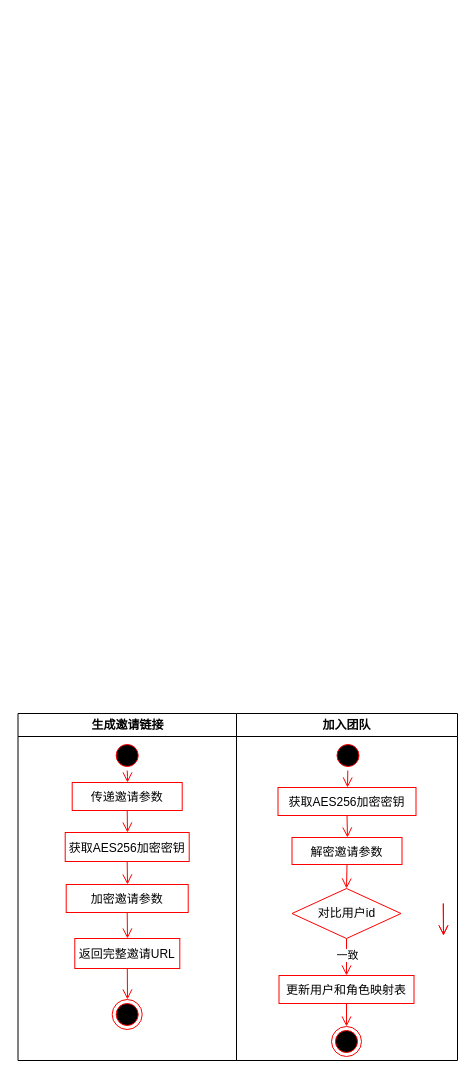
The draw.io diagram 分布式锁.drawio in come-on-reader/draw-io, before the edit. Source tidied: cells renumbered, new cells numbered last; positions are measured from the earlier drawing's top-left corner, leaving out a move shared by most shapes. Both pictures are drawn from the tidied source at 100%, with x=0, y=0 at pixel (17, 713).
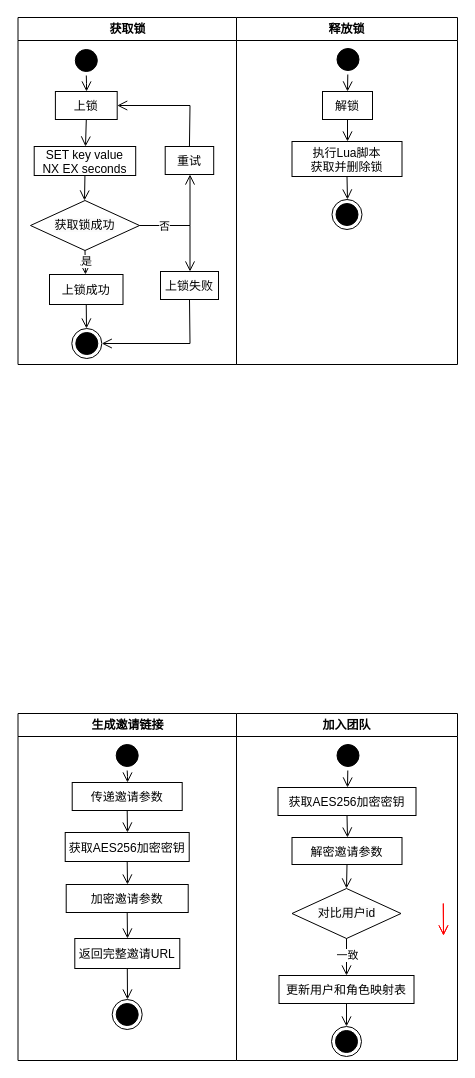
Above is the later version.

Commit message:
更新分布式锁.drawio

The edit, as a diff of the source:
```diff
@@
-    <mxCell id="2" value="生成邀请链接" style="swimlane;whiteSpace=wrap;startSize=23;" parent="1" vertex="1">
+    <mxCell id="2" value="生成邀请链接" style="swimlane;whiteSpace=wrap;startSize=23;fontColor=default;labelBorderColor=none;" parent="1" vertex="1">
       <mxGeometry x="0.5" width="218.5" height="347" as="geometry" />
     </mxCell>
-    <mxCell id="3" style="ellipse;shape=startState;fillColor=#000000;strokeColor=#ff0000;" parent="2" vertex="1">
+    <mxCell id="3" style="ellipse;shape=startState;fillColor=#000000;strokeColor=#000000;fontColor=default;labelBorderColor=none;" parent="2" vertex="1">
       <mxGeometry x="94.2" y="27" width="30" height="30" as="geometry" />
     </mxCell>
-    <mxCell id="4" style="edgeStyle=elbowEdgeStyle;elbow=horizontal;verticalAlign=bottom;endArrow=open;endSize=8;strokeColor=#FF0000;endFill=1;rounded=0;" parent="2" edge="1" source="3" target="5">
+    <mxCell id="4" style="edgeStyle=elbowEdgeStyle;elbow=horizontal;verticalAlign=bottom;endArrow=open;endSize=8;strokeColor=#000000;endFill=1;rounded=0;fontColor=default;labelBorderColor=none;" parent="2" edge="1" source="3" target="5">
       <mxGeometry x="100" y="40" as="geometry" />
     </mxCell>
-    <mxCell id="5" value="传递邀请参数" style="strokeColor=#FF0000;" parent="2" vertex="1">
+    <mxCell id="5" value="传递邀请参数" style="strokeColor=#000000;fontColor=default;labelBorderColor=none;" parent="2" vertex="1">
       <mxGeometry x="54.2" y="69" width="110" height="28" as="geometry" />
     </mxCell>
-    <mxCell id="6" value="获取AES256加密密钥" style="strokeColor=#FF0000;" parent="2" vertex="1">
+    <mxCell id="6" value="获取AES256加密密钥" style="strokeColor=#000000;fontColor=default;labelBorderColor=none;" parent="2" vertex="1">
       <mxGeometry x="47.2" y="119" width="124" height="29" as="geometry" />
     </mxCell>
-    <mxCell id="7" style="ellipse;shape=endState;fillColor=#000000;strokeColor=#ff0000;" parent="2" vertex="1">
+    <mxCell id="7" style="ellipse;shape=endState;fillColor=#000000;strokeColor=#000000;fontColor=default;labelBorderColor=none;" parent="2" vertex="1">
       <mxGeometry x="94.2" y="286" width="30" height="30" as="geometry" />
     </mxCell>
-    <mxCell id="8" style="edgeStyle=elbowEdgeStyle;elbow=horizontal;verticalAlign=bottom;endArrow=open;endSize=8;strokeColor=#FF0000;endFill=1;rounded=0;exitX=0.5;exitY=1;exitDx=0;exitDy=0;entryX=0.5;entryY=0;entryDx=0;entryDy=0;" parent="2" edge="1" source="5" target="6">
+    <mxCell id="8" style="edgeStyle=elbowEdgeStyle;elbow=horizontal;verticalAlign=bottom;endArrow=open;endSize=8;strokeColor=#000000;endFill=1;rounded=0;exitX=0.5;exitY=1;exitDx=0;exitDy=0;entryX=0.5;entryY=0;entryDx=0;entryDy=0;fontColor=default;labelBorderColor=none;" parent="2" edge="1" source="5" target="6">
       <mxGeometry x="-64.5" y="-88" as="geometry" />
     </mxCell>
-    <mxCell id="9" style="edgeStyle=elbowEdgeStyle;elbow=horizontal;verticalAlign=bottom;endArrow=open;endSize=8;strokeColor=#FF0000;endFill=1;rounded=0;exitX=0.5;exitY=1;exitDx=0;exitDy=0;" parent="2" edge="1" source="6" target="12">
+    <mxCell id="9" style="edgeStyle=elbowEdgeStyle;elbow=horizontal;verticalAlign=bottom;endArrow=open;endSize=8;strokeColor=#000000;endFill=1;rounded=0;exitX=0.5;exitY=1;exitDx=0;exitDy=0;fontColor=default;labelBorderColor=none;" parent="2" edge="1" source="6" target="12">
       <mxGeometry x="-229" y="-216" as="geometry" />
     </mxCell>
-    <mxCell id="10" value="返回完整邀请URL" style="strokeColor=#FF0000;" parent="2" vertex="1">
+    <mxCell id="10" value="返回完整邀请URL" style="strokeColor=#000000;fontColor=default;labelBorderColor=none;" parent="2" vertex="1">
       <mxGeometry x="56.8" y="225" width="105" height="30" as="geometry" />
     </mxCell>
-    <mxCell id="11" style="edgeStyle=elbowEdgeStyle;elbow=horizontal;verticalAlign=bottom;endArrow=open;endSize=8;strokeColor=#FF0000;endFill=1;rounded=0;exitX=0.5;exitY=1;exitDx=0;exitDy=0;entryX=0.5;entryY=0;entryDx=0;entryDy=0;" parent="2" edge="1" source="10" target="7">
+    <mxCell id="11" style="edgeStyle=elbowEdgeStyle;elbow=horizontal;verticalAlign=bottom;endArrow=open;endSize=8;strokeColor=#000000;endFill=1;rounded=0;exitX=0.5;exitY=1;exitDx=0;exitDy=0;entryX=0.5;entryY=0;entryDx=0;entryDy=0;fontColor=default;labelBorderColor=none;" parent="2" edge="1" source="10" target="7">
       <mxGeometry x="-393.5" y="-344" as="geometry" />
     </mxCell>
-    <mxCell id="12" value="加密邀请参数" style="strokeColor=#FF0000;" parent="2" vertex="1">
+    <mxCell id="12" value="加密邀请参数" style="strokeColor=#000000;fontColor=default;labelBorderColor=none;" parent="2" vertex="1">
       <mxGeometry x="48.2" y="171" width="122" height="28" as="geometry" />
     </mxCell>
-    <mxCell id="13" style="edgeStyle=elbowEdgeStyle;elbow=horizontal;verticalAlign=bottom;endArrow=open;endSize=8;strokeColor=#FF0000;endFill=1;rounded=0;exitX=0.5;exitY=1;exitDx=0;exitDy=0;entryX=0.5;entryY=0;entryDx=0;entryDy=0;" parent="2" edge="1" source="12" target="10">
+    <mxCell id="13" style="edgeStyle=elbowEdgeStyle;elbow=horizontal;verticalAlign=bottom;endArrow=open;endSize=8;strokeColor=#000000;endFill=1;rounded=0;exitX=0.5;exitY=1;exitDx=0;exitDy=0;entryX=0.5;entryY=0;entryDx=0;entryDy=0;fontColor=default;labelBorderColor=none;" parent="2" edge="1" source="12" target="10">
       <mxGeometry x="-393.5" y="-344" as="geometry" />
     </mxCell>
-    <mxCell id="14" value="加入团队" style="swimlane;whiteSpace=wrap;" parent="1" vertex="1">
+    <mxCell id="14" value="加入团队" style="swimlane;whiteSpace=wrap;fontColor=default;labelBorderColor=none;" parent="1" vertex="1">
       <mxGeometry x="219" width="221" height="347" as="geometry" />
     </mxCell>
-    <mxCell id="15" style="ellipse;shape=endState;fillColor=#000000;strokeColor=#ff0000;" parent="14" vertex="1">
+    <mxCell id="15" style="ellipse;shape=endState;fillColor=#000000;strokeColor=#000000;fontColor=default;labelBorderColor=none;" parent="14" vertex="1">
       <mxGeometry x="95" y="313" width="30" height="30" as="geometry" />
     </mxCell>
-    <mxCell id="16" style="ellipse;shape=startState;fillColor=#000000;strokeColor=#ff0000;" parent="14" vertex="1">
+    <mxCell id="16" style="ellipse;shape=startState;fillColor=#000000;strokeColor=#000000;fontColor=default;labelBorderColor=none;" parent="14" vertex="1">
       <mxGeometry x="96.5" y="27" width="30" height="30" as="geometry" />
     </mxCell>
-    <mxCell id="17" value="获取AES256加密密钥" style="strokeColor=#FF0000;" parent="14" vertex="1">
+    <mxCell id="17" value="获取AES256加密密钥" style="strokeColor=#000000;fontColor=default;labelBorderColor=none;" parent="14" vertex="1">
       <mxGeometry x="41.5" y="74" width="138" height="28" as="geometry" />
     </mxCell>
-    <mxCell id="18" value="解密邀请参数" style="strokeColor=#FF0000;" parent="14" vertex="1">
+    <mxCell id="18" value="解密邀请参数" style="strokeColor=#000000;fontColor=default;labelBorderColor=none;" parent="14" vertex="1">
       <mxGeometry x="55.5" y="124" width="110" height="27" as="geometry" />
     </mxCell>
-    <mxCell id="19" style="edgeStyle=elbowEdgeStyle;elbow=horizontal;verticalAlign=bottom;endArrow=open;endSize=8;strokeColor=#FF0000;endFill=1;rounded=0;entryX=0.5;entryY=0;entryDx=0;entryDy=0;" parent="14" edge="1" target="17">
+    <mxCell id="19" style="edgeStyle=elbowEdgeStyle;elbow=horizontal;verticalAlign=bottom;endArrow=open;endSize=8;strokeColor=#000000;endFill=1;rounded=0;entryX=0.5;entryY=0;entryDx=0;entryDy=0;fontColor=default;labelBorderColor=none;" parent="14" edge="1" target="17">
       <mxGeometry x="-345" y="-88" as="geometry">
         <mxPoint x="111.3" y="57" as="sourcePoint" />
       </mxGeometry>
     </mxCell>
-    <mxCell id="20" style="edgeStyle=elbowEdgeStyle;elbow=horizontal;verticalAlign=bottom;endArrow=open;endSize=8;strokeColor=#FF0000;endFill=1;rounded=0;exitX=0.5;exitY=1;exitDx=0;exitDy=0;entryX=0.5;entryY=0;entryDx=0;entryDy=0;" parent="14" edge="1" source="17" target="18">
+    <mxCell id="20" style="edgeStyle=elbowEdgeStyle;elbow=horizontal;verticalAlign=bottom;endArrow=open;endSize=8;strokeColor=#000000;endFill=1;rounded=0;exitX=0.5;exitY=1;exitDx=0;exitDy=0;entryX=0.5;entryY=0;entryDx=0;entryDy=0;fontColor=default;labelBorderColor=none;" parent="14" edge="1" source="17" target="18">
       <mxGeometry x="-509.5" y="-216" as="geometry" />
     </mxCell>
-    <mxCell id="21" style="edgeStyle=elbowEdgeStyle;elbow=horizontal;verticalAlign=bottom;endArrow=open;endSize=8;strokeColor=#FF0000;endFill=1;rounded=0;exitX=0.5;exitY=1;exitDx=0;exitDy=0;entryX=0.5;entryY=0;entryDx=0;entryDy=0;" parent="14" edge="1" source="18" target="22">
+    <mxCell id="21" style="edgeStyle=elbowEdgeStyle;elbow=horizontal;verticalAlign=bottom;endArrow=open;endSize=8;strokeColor=#000000;endFill=1;rounded=0;exitX=0.5;exitY=1;exitDx=0;exitDy=0;entryX=0.5;entryY=0;entryDx=0;entryDy=0;fontColor=default;labelBorderColor=none;" parent="14" edge="1" source="18" target="22">
       <mxGeometry x="-954.5" y="-344" as="geometry" />
     </mxCell>
-    <mxCell id="22" value="&lt;span style=&quot;color: rgb(0, 0, 0); font-family: Helvetica; font-size: 12px; font-style: normal; font-variant-ligatures: normal; font-variant-caps: normal; font-weight: 400; letter-spacing: normal; orphans: 2; text-align: center; text-indent: 0px; text-transform: none; widows: 2; word-spacing: 0px; -webkit-text-stroke-width: 0px; white-space: nowrap; background-color: rgb(251, 251, 251); text-decoration-thickness: initial; text-decoration-style: initial; text-decoration-color: initial; display: inline !important; float: none;&quot;&gt;对比用户id&lt;/span&gt;" style="rhombus;whiteSpace=wrap;html=1;strokeColor=#ff0000;" parent="14" vertex="1">
+    <mxCell id="22" value="&lt;span style=&quot;font-family: Helvetica; font-size: 12px; font-style: normal; font-variant-ligatures: normal; font-variant-caps: normal; font-weight: 400; letter-spacing: normal; orphans: 2; text-align: center; text-indent: 0px; text-transform: none; widows: 2; word-spacing: 0px; -webkit-text-stroke-width: 0px; white-space: nowrap; background-color: rgb(251, 251, 251); text-decoration-thickness: initial; text-decoration-style: initial; text-decoration-color: initial; float: none; display: inline !important;&quot;&gt;对比用户id&lt;/span&gt;" style="rhombus;whiteSpace=wrap;html=1;strokeColor=#000000;fontColor=default;labelBorderColor=none;" parent="14" vertex="1">
       <mxGeometry x="55.5" y="175" width="109" height="50" as="geometry" />
     </mxCell>
-    <mxCell id="23" style="edgeStyle=elbowEdgeStyle;elbow=horizontal;verticalAlign=bottom;endArrow=open;endSize=8;strokeColor=#FF0000;endFill=1;rounded=0;exitX=0.5;exitY=1;exitDx=0;exitDy=0;entryX=0.5;entryY=0;entryDx=0;entryDy=0;" parent="14" edge="1" source="26" target="15">
+    <mxCell id="23" style="edgeStyle=elbowEdgeStyle;elbow=horizontal;verticalAlign=bottom;endArrow=open;endSize=8;strokeColor=#000000;endFill=1;rounded=0;exitX=0.5;exitY=1;exitDx=0;exitDy=0;entryX=0.5;entryY=0;entryDx=0;entryDy=0;fontColor=default;labelBorderColor=none;" parent="14" edge="1" source="26" target="15">
       <mxGeometry x="-838.5" y="-472" as="geometry" />
     </mxCell>
-    <mxCell id="24" style="edgeStyle=elbowEdgeStyle;elbow=vertical;verticalAlign=bottom;endArrow=open;endSize=8;strokeColor=#FF0000;endFill=1;rounded=0;exitX=0.5;exitY=1;exitDx=0;exitDy=0;" parent="14" edge="1" source="22" target="26">
+    <mxCell id="24" style="edgeStyle=elbowEdgeStyle;elbow=vertical;verticalAlign=bottom;endArrow=open;endSize=8;strokeColor=#000000;endFill=1;rounded=0;exitX=0.5;exitY=1;exitDx=0;exitDy=0;fontColor=default;labelBorderColor=none;" parent="14" edge="1" source="22" target="26">
       <mxGeometry x="-1399.5" y="-472" as="geometry" />
     </mxCell>
-    <mxCell id="25" value="一致" style="edgeLabel;html=1;align=center;verticalAlign=middle;" parent="24" vertex="1">
+    <mxCell id="25" value="一致" style="edgeLabel;html=1;align=center;verticalAlign=middle;fontColor=default;labelBorderColor=none;" parent="24" vertex="1">
       <mxGeometry relative="1" as="geometry">
         <mxPoint y="-3" as="offset" />
       </mxGeometry>
     </mxCell>
-    <mxCell id="26" value="更新用户和角色映射表" style="strokeColor=#FF0000;" parent="14" vertex="1">
+    <mxCell id="26" value="更新用户和角色映射表" style="strokeColor=#000000;fontColor=default;labelBorderColor=none;" parent="14" vertex="1">
       <mxGeometry x="42.5" y="262" width="135" height="28" as="geometry" />
     </mxCell>
@@
+    <mxCell id="29" value="获取锁" style="swimlane;whiteSpace=wrap;startSize=23;fontColor=default;labelBorderColor=none;" parent="1" vertex="1">
+      <mxGeometry x="0.5" y="-696" width="218.5" height="347" as="geometry" />
+    </mxCell>
+    <mxCell id="30" style="ellipse;shape=startState;fillColor=#000000;strokeColor=#000000;fontColor=default;labelBorderColor=none;" parent="29" vertex="1">
+      <mxGeometry x="53.3" y="28" width="30" height="30" as="geometry" />
+    </mxCell>
+    <mxCell id="31" style="edgeStyle=elbowEdgeStyle;elbow=horizontal;verticalAlign=bottom;endArrow=open;endSize=8;strokeColor=#000000;endFill=1;rounded=0;fontColor=default;labelBorderColor=none;" parent="29" edge="1" source="30" target="32">
+      <mxGeometry x="100" y="40" as="geometry" />
+    </mxCell>
+    <mxCell id="32" value="上锁" style="strokeColor=#000000;fontColor=default;labelBorderColor=none;" parent="29" vertex="1">
+      <mxGeometry x="37.4" y="74" width="61.8" height="28" as="geometry" />
+    </mxCell>
+    <mxCell id="33" value="SET key value&#10;NX EX seconds" style="strokeColor=#000000;fontColor=default;labelBorderColor=none;" parent="29" vertex="1">
+      <mxGeometry x="16.2" y="129" width="101.5" height="29" as="geometry" />
+    </mxCell>
+    <mxCell id="34" style="ellipse;shape=endState;fillColor=#000000;strokeColor=#000000;fontColor=default;labelBorderColor=none;" parent="29" vertex="1">
+      <mxGeometry x="53.8" y="311" width="30" height="30" as="geometry" />
+    </mxCell>
+    <mxCell id="35" style="edgeStyle=elbowEdgeStyle;elbow=horizontal;verticalAlign=bottom;endArrow=open;endSize=8;strokeColor=#000000;endFill=1;rounded=0;exitX=0.5;exitY=1;exitDx=0;exitDy=0;entryX=0.5;entryY=0;entryDx=0;entryDy=0;fontColor=default;labelBorderColor=none;" parent="29" edge="1" source="32" target="33">
+      <mxGeometry x="-64.5" y="-88" as="geometry" />
+    </mxCell>
+    <mxCell id="36" value="上锁成功" style="strokeColor=#000000;fontColor=default;labelBorderColor=none;" parent="29" vertex="1">
+      <mxGeometry x="31.5" y="257" width="73.5" height="30" as="geometry" />
+    </mxCell>
+    <mxCell id="37" style="edgeStyle=elbowEdgeStyle;elbow=horizontal;verticalAlign=bottom;endArrow=open;endSize=8;strokeColor=#000000;endFill=1;rounded=0;exitX=0.5;exitY=1;exitDx=0;exitDy=0;entryX=0.5;entryY=0;entryDx=0;entryDy=0;fontColor=default;labelBorderColor=none;" parent="29" edge="1" source="36" target="34">
+      <mxGeometry x="-393.5" y="-344" as="geometry" />
+    </mxCell>
+    <mxCell id="38" value="&lt;span style=&quot;font-family: Helvetica; font-size: 12px; font-style: normal; font-variant-ligatures: normal; font-variant-caps: normal; font-weight: 400; letter-spacing: normal; orphans: 2; text-align: center; text-indent: 0px; text-transform: none; widows: 2; word-spacing: 0px; -webkit-text-stroke-width: 0px; white-space: nowrap; background-color: rgb(251, 251, 251); text-decoration-thickness: initial; text-decoration-style: initial; text-decoration-color: initial; float: none; display: inline !important;&quot;&gt;获取锁成功&lt;/span&gt;" style="rhombus;whiteSpace=wrap;html=1;strokeColor=#000000;fontColor=default;labelBorderColor=none;" parent="29" vertex="1">
+      <mxGeometry x="12.5" y="183" width="109" height="50" as="geometry" />
+    </mxCell>
+    <mxCell id="39" style="edgeStyle=elbowEdgeStyle;elbow=horizontal;verticalAlign=bottom;endArrow=open;endSize=8;strokeColor=#000000;endFill=1;rounded=0;exitX=0.5;exitY=1;exitDx=0;exitDy=0;entryX=0.5;entryY=0;entryDx=0;entryDy=0;fontColor=default;labelBorderColor=none;" parent="29" edge="1" source="33" target="38">
+      <mxGeometry x="-229" y="480" as="geometry" />
+    </mxCell>
+    <mxCell id="40" style="edgeStyle=elbowEdgeStyle;elbow=horizontal;verticalAlign=bottom;endArrow=open;endSize=8;strokeColor=#000000;endFill=1;rounded=0;exitX=0.5;exitY=1;exitDx=0;exitDy=0;fontColor=default;labelBorderColor=none;" parent="29" edge="1" source="38" target="36">
+      <mxGeometry x="-393.5" y="1048" as="geometry" />
+    </mxCell>
+    <mxCell id="41" value="是" style="edgeLabel;html=1;align=center;verticalAlign=middle;" parent="40" vertex="1">
+      <mxGeometry relative="1" as="geometry">
+        <mxPoint y="-1" as="offset" />
+      </mxGeometry>
+    </mxCell>
+    <mxCell id="42" value="重试" style="strokeColor=#000000;fontColor=default;labelBorderColor=none;" parent="29" vertex="1">
+      <mxGeometry x="147.2" y="129" width="48.5" height="28" as="geometry" />
+    </mxCell>
+    <mxCell id="43" value="上锁失败" style="strokeColor=#000000;fontColor=default;labelBorderColor=none;" parent="29" vertex="1">
+      <mxGeometry x="142.5" y="254" width="58" height="28" as="geometry" />
+    </mxCell>
+    <mxCell id="44" style="edgeStyle=elbowEdgeStyle;elbow=horizontal;verticalAlign=bottom;endArrow=open;endSize=8;strokeColor=#000000;endFill=1;rounded=0;exitX=1;exitY=0.5;exitDx=0;exitDy=0;entryX=0.5;entryY=1;entryDx=0;entryDy=0;fontColor=default;labelBorderColor=none;" parent="29" edge="1" source="38" target="42">
+      <mxGeometry x="-393.5" y="1048" as="geometry">
+        <Array as="points">
+          <mxPoint x="172" y="182" />
+        </Array>
+      </mxGeometry>
+    </mxCell>
+    <mxCell id="45" style="edgeStyle=elbowEdgeStyle;elbow=horizontal;verticalAlign=bottom;endArrow=open;endSize=8;strokeColor=#000000;endFill=1;rounded=0;exitX=1;exitY=0.5;exitDx=0;exitDy=0;entryX=0.5;entryY=0;entryDx=0;entryDy=0;fontColor=default;labelBorderColor=none;" parent="29" edge="1" source="38" target="43">
+      <mxGeometry x="-558" y="1616" as="geometry">
+        <Array as="points">
+          <mxPoint x="172" y="231" />
+        </Array>
+      </mxGeometry>
+    </mxCell>
+    <mxCell id="46" value="否" style="edgeLabel;html=1;align=center;verticalAlign=middle;" parent="45" vertex="1">
+      <mxGeometry relative="1" as="geometry">
+        <mxPoint x="-25" as="offset" />
+      </mxGeometry>
+    </mxCell>
+    <mxCell id="47" style="edgeStyle=elbowEdgeStyle;elbow=horizontal;verticalAlign=bottom;endArrow=open;endSize=8;strokeColor=#000000;endFill=1;rounded=0;exitX=0.5;exitY=1;exitDx=0;exitDy=0;entryX=1;entryY=0.5;entryDx=0;entryDy=0;fontColor=default;labelBorderColor=none;" parent="29" edge="1" source="43" target="34">
+      <mxGeometry x="-722.5" y="2184" as="geometry">
+        <Array as="points">
+          <mxPoint x="172" y="306" />
+        </Array>
+      </mxGeometry>
+    </mxCell>
+    <mxCell id="48" style="edgeStyle=elbowEdgeStyle;elbow=horizontal;verticalAlign=bottom;endArrow=open;endSize=8;strokeColor=#000000;endFill=1;rounded=0;exitX=0.5;exitY=0;exitDx=0;exitDy=0;entryX=1;entryY=0.5;entryDx=0;entryDy=0;fontColor=default;labelBorderColor=none;" parent="29" edge="1" source="42" target="32">
+      <mxGeometry x="-887" y="2752" as="geometry">
+        <Array as="points">
+          <mxPoint x="172" y="81" />
+        </Array>
+      </mxGeometry>
+    </mxCell>
+    <mxCell id="49" value="释放锁" style="swimlane;whiteSpace=wrap;fontColor=default;labelBorderColor=none;" parent="1" vertex="1">
+      <mxGeometry x="219" y="-696" width="221" height="347" as="geometry" />
+    </mxCell>
+    <mxCell id="50" style="ellipse;shape=endState;fillColor=#000000;strokeColor=#000000;fontColor=default;labelBorderColor=none;" parent="49" vertex="1">
+      <mxGeometry x="95.5" y="182" width="30" height="30" as="geometry" />
+    </mxCell>
+    <mxCell id="51" style="ellipse;shape=startState;fillColor=#000000;strokeColor=#000000;fontColor=default;labelBorderColor=none;" parent="49" vertex="1">
+      <mxGeometry x="96.5" y="27" width="30" height="30" as="geometry" />
+    </mxCell>
+    <mxCell id="52" value="解锁" style="strokeColor=#000000;fontColor=default;labelBorderColor=none;" parent="49" vertex="1">
+      <mxGeometry x="86" y="74" width="50" height="28" as="geometry" />
+    </mxCell>
+    <mxCell id="53" value="执行Lua脚本&#10;获取并删除锁" style="strokeColor=#000000;fontColor=default;labelBorderColor=none;" parent="49" vertex="1">
+      <mxGeometry x="55.5" y="124" width="110" height="35" as="geometry" />
+    </mxCell>
+    <mxCell id="54" style="edgeStyle=elbowEdgeStyle;elbow=horizontal;verticalAlign=bottom;endArrow=open;endSize=8;strokeColor=#000000;endFill=1;rounded=0;entryX=0.5;entryY=0;entryDx=0;entryDy=0;fontColor=default;labelBorderColor=none;" parent="49" edge="1" target="52">
+      <mxGeometry x="-345" y="-88" as="geometry">
+        <mxPoint x="111.3" y="57" as="sourcePoint" />
+      </mxGeometry>
+    </mxCell>
+    <mxCell id="55" style="edgeStyle=elbowEdgeStyle;elbow=horizontal;verticalAlign=bottom;endArrow=open;endSize=8;strokeColor=#000000;endFill=1;rounded=0;exitX=0.5;exitY=1;exitDx=0;exitDy=0;entryX=0.5;entryY=0;entryDx=0;entryDy=0;fontColor=default;labelBorderColor=none;" parent="49" edge="1" source="52" target="53">
+      <mxGeometry x="-509.5" y="-216" as="geometry" />
+    </mxCell>
+    <mxCell id="56" style="edgeStyle=elbowEdgeStyle;elbow=horizontal;verticalAlign=bottom;endArrow=open;endSize=8;strokeColor=#000000;endFill=1;rounded=0;exitX=0.5;exitY=1;exitDx=0;exitDy=0;entryX=0.5;entryY=0;entryDx=0;entryDy=0;fontColor=default;labelBorderColor=none;" parent="49" edge="1" source="53" target="50">
+      <mxGeometry x="-954.5" y="-344" as="geometry" />
+    </mxCell>
```
